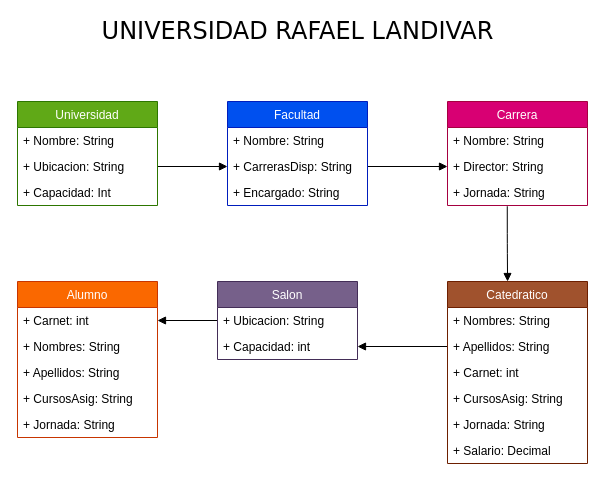
LesterAGarciaA97/Lab00_EDII keeps this draw.io diagram as Solución/Serie II/Diagrama de clases.drawio. Above is the earlier version. Source tidied: cells renumbered, new cells numbered last; positions are measured from the earlier drawing's top-left corner, leaving out a move shared by most shapes. Both pictures are drawn from the tidied source at 100%, with x=0, y=0 at pixel (17, 21).
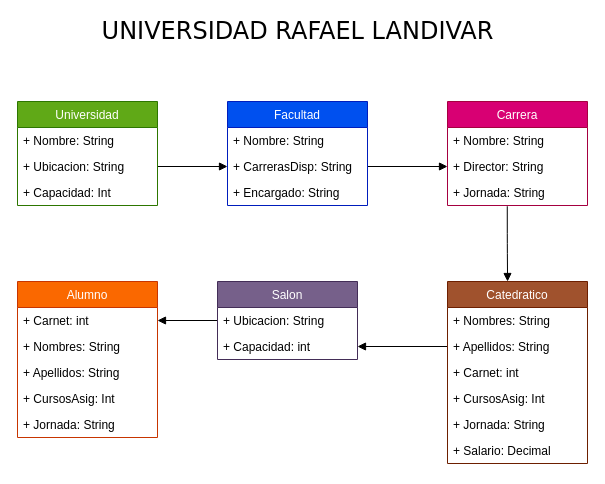
Above is the later version.

The change refers to these unchanged cells:
```xml
<mxCell id="18" value="Alumno" style="swimlane;fontStyle=0;horizontal=1;startSize=26;fillColor=#fa6800;strokeColor=#C73500;fontColor=#ffffff;" parent="1" vertex="1">
  <mxGeometry y="260" width="140" height="156" as="geometry" />
</mxCell>
<mxCell id="28" value="Catedratico" style="swimlane;fontStyle=0;horizontal=1;startSize=26;fillColor=#a0522d;strokeColor=#6D1F00;fontColor=#ffffff;" parent="1" vertex="1">
  <mxGeometry x="430" y="260" width="140" height="182" as="geometry" />
</mxCell>
```

Diff of the diagram source:
```diff
@@
-    <mxCell id="22" value="+ CursosAsig: String" style="text;strokeColor=none;fillColor=none;align=left;verticalAlign=top;spacingLeft=4;spacingRight=4;overflow=hidden;" parent="18" vertex="1">
+    <mxCell id="22" value="+ CursosAsig: Int" style="text;strokeColor=none;fillColor=none;align=left;verticalAlign=top;spacingLeft=4;spacingRight=4;overflow=hidden;" parent="18" vertex="1">
       <mxGeometry y="104" width="140" height="26" as="geometry" />
     </mxCell>
@@
-    <mxCell id="32" value="+ CursosAsig: String" style="text;strokeColor=none;fillColor=none;align=left;verticalAlign=top;spacingLeft=4;spacingRight=4;overflow=hidden;" parent="28" vertex="1">
+    <mxCell id="32" value="+ CursosAsig: Int" style="text;strokeColor=none;fillColor=none;align=left;verticalAlign=top;spacingLeft=4;spacingRight=4;overflow=hidden;" parent="28" vertex="1">
       <mxGeometry y="104" width="140" height="26" as="geometry" />
     </mxCell>
```
